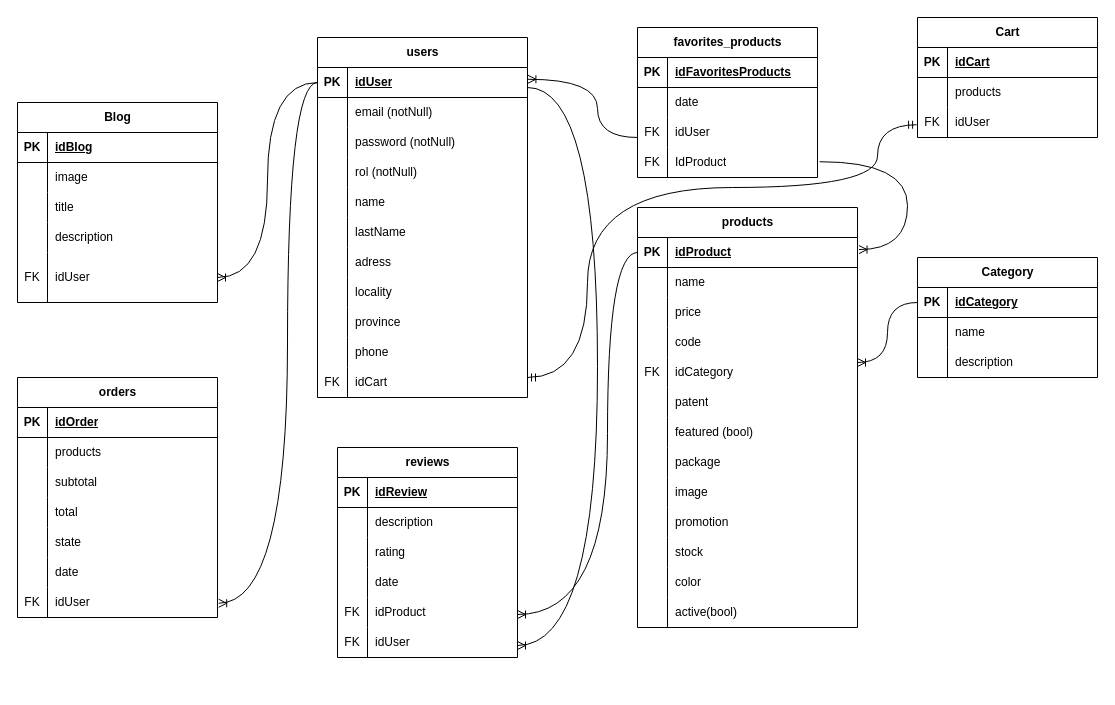
Earlier version of the draw.io diagram assets/DER.drawio (PF-Ide-Pintureria/pinturas-app-back). Source tidied: cells renumbered, new cells numbered last; positions are measured from the earlier drawing's top-left corner, leaving out a move shared by most shapes. Both pictures are drawn from the tidied source at 100%, with x=0, y=0 at pixel (17, 17).
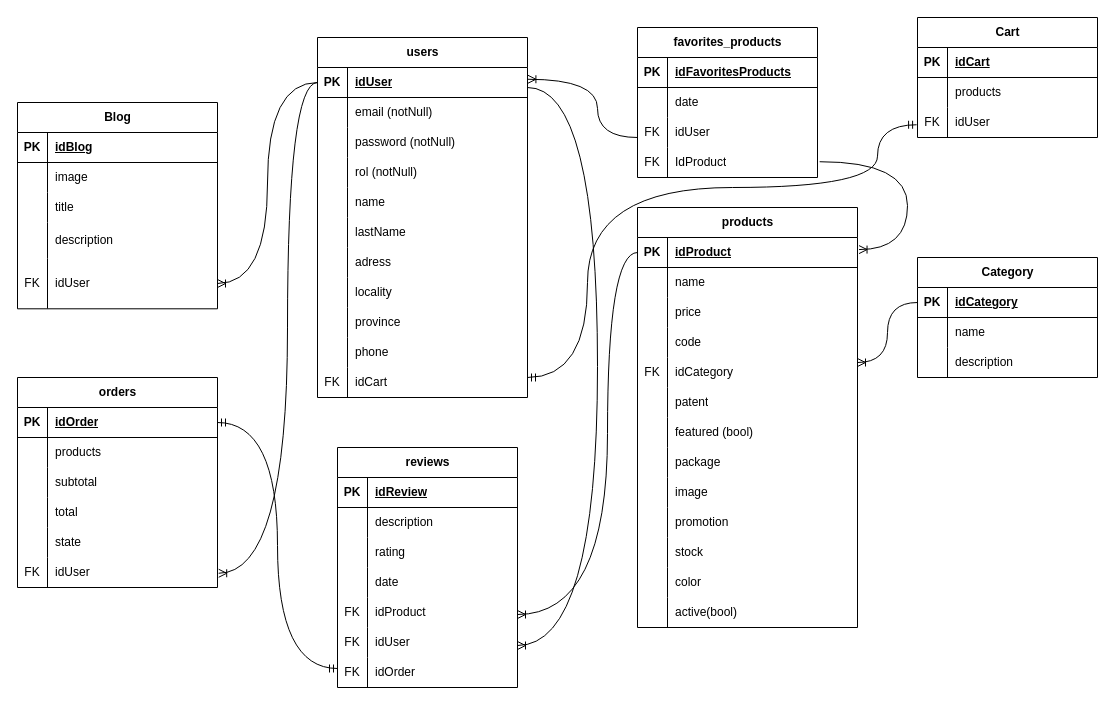
After the change.

The change refers to these unchanged cells:
```xml
<mxCell id="43" style="shape=tableRow;horizontal=0;startSize=0;swimlaneHead=0;swimlaneBody=0;fillColor=none;points=[[0,0.5],[1,0.5]];portConstraint=eastwest;top=0;left=0;right=0;bottom=1;" parent="42" vertex="1">
  <mxGeometry y="30" width="210" height="30" as="geometry" />
</mxCell>
<mxCell id="90" style="shape=tableRow;horizontal=0;startSize=0;swimlaneHead=0;swimlaneBody=0;fillColor=none;points=[[0,0.5],[1,0.5]];portConstraint=eastwest;top=0;left=0;right=0;bottom=1;" parent="89" vertex="1">
  <mxGeometry y="30" width="200" height="30" as="geometry" />
</mxCell>
```

Change to the diagram source:
```diff
@@
     <mxCell id="89" value="orders" style="shape=table;startSize=30;childLayout=tableLayout;rowLines=0;fontStyle=1;align=center;html=1;" parent="1" vertex="1">
-      <mxGeometry y="360" width="200" height="240" as="geometry" />
+      <mxGeometry y="360" width="200" height="210" as="geometry" />
     </mxCell>
@@
-    <mxCell id="105" style="shape=tableRow;horizontal=0;startSize=0;swimlaneHead=0;swimlaneBody=0;fillColor=none;top=0;left=0;right=0;bottom=0;" parent="89" vertex="1">
-      <mxGeometry y="180" width="200" height="30" as="geometry" />
-    </mxCell>
-    <mxCell id="106" style="shape=partialRectangle;fillColor=none;top=0;left=0;bottom=0;right=0;overflow=hidden;whiteSpace=wrap;html=1;" parent="105" vertex="1">
-      <mxGeometry width="30" height="30" as="geometry" />
-    </mxCell>
-    <mxCell id="107" value="date" style="shape=partialRectangle;fillColor=none;top=0;left=0;bottom=0;right=0;align=left;spacingLeft=6;overflow=hidden;whiteSpace=wrap;html=1;" parent="105" vertex="1">
-      <mxGeometry x="30" width="170" height="30" as="geometry" />
-    </mxCell>
     <mxCell id="108" style="shape=tableRow;horizontal=0;startSize=0;swimlaneHead=0;swimlaneBody=0;fillColor=none;points=[[0,0.5],[1,0.5]];portConstraint=eastwest;top=0;left=0;right=0;bottom=0;" parent="89" vertex="1">
-      <mxGeometry y="210" width="200" height="30" as="geometry" />
+      <mxGeometry y="180" width="200" height="30" as="geometry" />
     </mxCell>
@@
     <mxCell id="111" value="reviews" style="shape=table;startSize=30;childLayout=tableLayout;rowLines=0;fontStyle=1;align=center;html=1;" parent="1" vertex="1">
-      <mxGeometry x="320" y="430" width="180" height="210" as="geometry" />
+      <mxGeometry x="320" y="430" width="180" height="240" as="geometry" />
     </mxCell>
@@
+    <mxCell id="174" style="shape=tableRow;horizontal=0;startSize=0;swimlaneHead=0;swimlaneBody=0;fillColor=none;points=[[0,0.5],[1,0.5]];portConstraint=eastwest;top=0;left=0;right=0;bottom=0;" parent="111" vertex="1">
+      <mxGeometry y="210" width="180" height="30" as="geometry" />
+    </mxCell>
+    <mxCell id="175" value="FK" style="shape=partialRectangle;fillColor=none;top=0;left=0;bottom=0;right=0;overflow=hidden;whiteSpace=wrap;html=1;" parent="174" vertex="1">
+      <mxGeometry width="30" height="30" as="geometry" />
+    </mxCell>
+    <mxCell id="176" value="idOrder" style="shape=partialRectangle;fillColor=none;top=0;left=0;bottom=0;right=0;align=left;spacingLeft=6;overflow=hidden;whiteSpace=wrap;html=1;" parent="174" vertex="1">
+      <mxGeometry x="30" width="150" height="30" as="geometry" />
+    </mxCell>
@@
     <mxCell id="140" value="Blog" style="shape=table;startSize=30;childLayout=tableLayout;rowLines=0;fontStyle=1;align=center;html=1;" parent="1" vertex="1">
-      <mxGeometry y="85" width="200" height="200" as="geometry" />
+      <mxGeometry y="85" width="200" height="206.3" as="geometry" />
     </mxCell>
@@
     <mxCell id="150" style="shape=tableRow;horizontal=0;startSize=0;swimlaneHead=0;swimlaneBody=0;fillColor=none;top=0;left=0;right=0;bottom=0;" parent="140" vertex="1">
-      <mxGeometry y="120" width="200" height="30" as="geometry" />
+      <mxGeometry y="120" width="200" height="36" as="geometry" />
     </mxCell>
     <mxCell id="151" style="shape=partialRectangle;fillColor=none;top=0;left=0;bottom=0;right=0;overflow=hidden;whiteSpace=wrap;html=1;" parent="150" vertex="1">
-      <mxGeometry width="30" height="30" as="geometry" />
+      <mxGeometry width="30" height="36" as="geometry" />
     </mxCell>
     <mxCell id="152" value="description" style="shape=partialRectangle;fillColor=none;top=0;left=0;bottom=0;right=0;align=left;spacingLeft=6;overflow=hidden;whiteSpace=wrap;html=1;" parent="150" vertex="1">
-      <mxGeometry x="30" width="170" height="30" as="geometry" />
+      <mxGeometry x="30" width="170" height="36" as="geometry" />
     </mxCell>
     <mxCell id="153" style="shape=tableRow;horizontal=0;startSize=0;swimlaneHead=0;swimlaneBody=0;fillColor=none;points=[[0,0.5],[1,0.5]];portConstraint=eastwest;top=0;left=0;right=0;bottom=0;" parent="140" vertex="1">
-      <mxGeometry y="150" width="200" height="50" as="geometry" />
+      <mxGeometry y="156" width="200" height="50" as="geometry" />
     </mxCell>
@@
     <mxCell id="168" style="edgeStyle=orthogonalEdgeStyle;fontSize=12;html=1;endArrow=ERoneToMany;rounded=0;curved=1;entryX=1.006;entryY=0.525;entryDx=0;entryDy=0;entryPerimeter=0;" parent="1" edge="1" source="43" target="108">
       <mxGeometry relative="1" as="geometry">
         <Array as="points">
           <mxPoint x="270" y="65" />
-          <mxPoint x="270" y="586" />
+          <mxPoint x="270" y="556" />
         </Array>
       </mxGeometry>
     </mxCell>
@@
+    <mxCell id="177" style="edgeStyle=orthogonalEdgeStyle;fontSize=12;html=1;endArrow=ERmandOne;startArrow=ERmandOne;rounded=0;curved=1;entryX=0;entryY=0.367;entryDx=0;entryDy=0;entryPerimeter=0;" parent="1" edge="1" source="90" target="174">
+      <mxGeometry relative="1" as="geometry" />
+    </mxCell>
```
